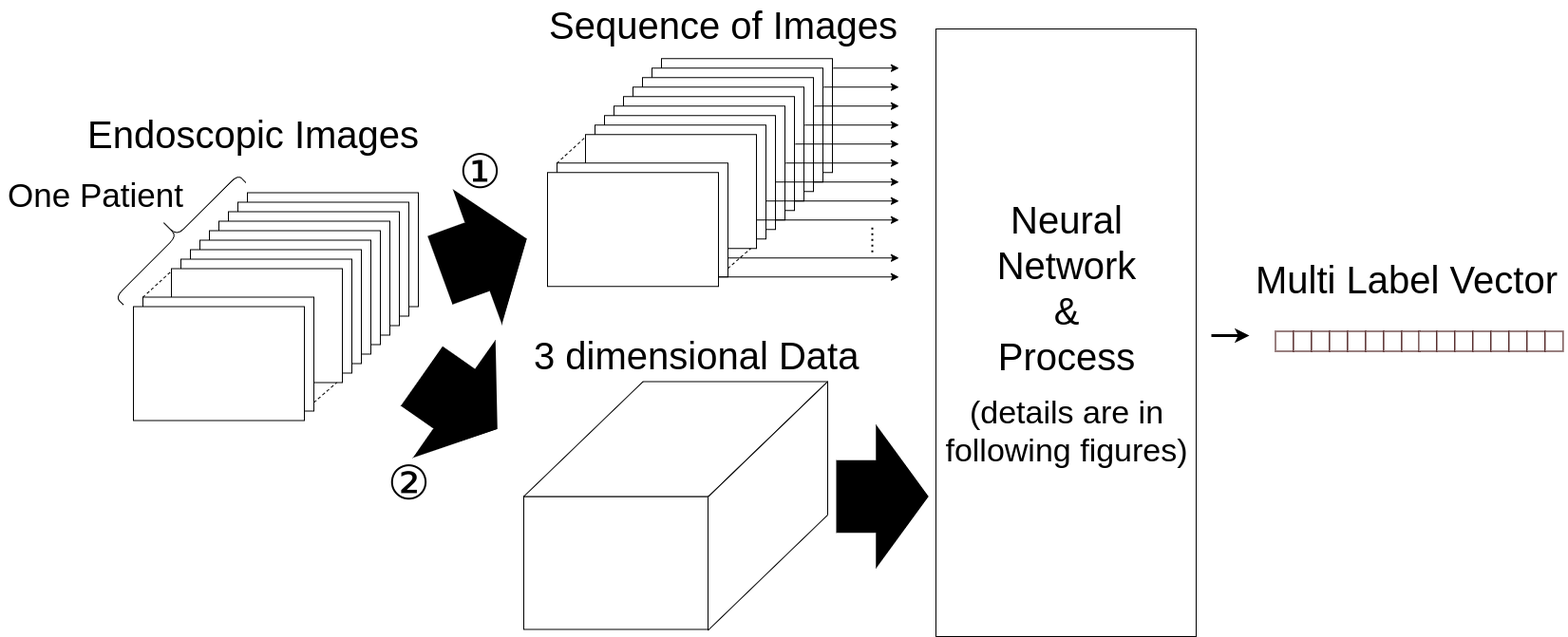
This is fig/ieice4.png from shinn1r0/endoscopic_images2karte, a draw.io export, as it was before one commit. Source tidied: cells renumbered, new cells last; positions are measured from the earlier drawing's top-left corner, leaving out a move shared by most shapes.
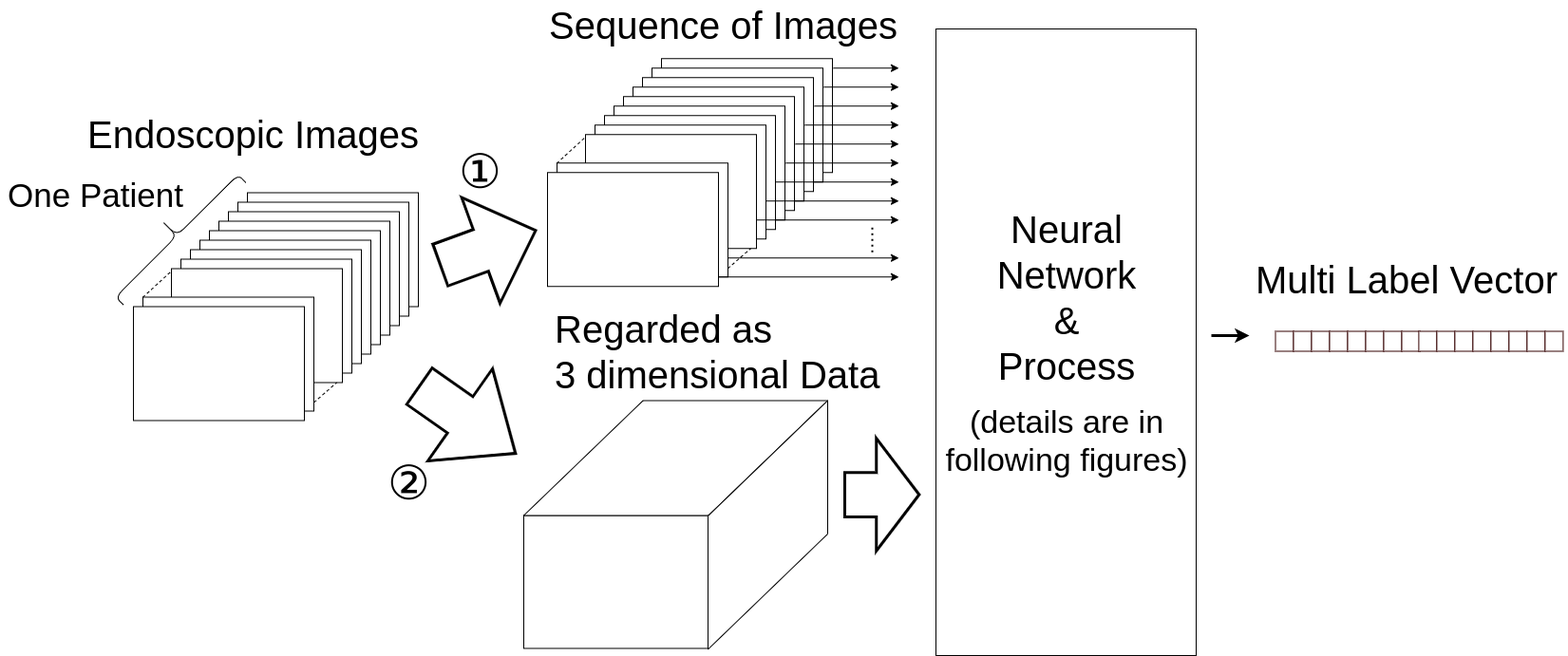
Above is the later version.

Change to the diagram source:
```diff
@@ -181,13 +181,13 @@
       </mxGeometry>
     </mxCell>
     <mxCell id="45" style="rounded=0;whiteSpace=wrap;html=1;" parent="1" vertex="1">
-      <mxGeometry x="551" y="522.5" width="195" height="140" as="geometry" />
+      <mxGeometry x="551" y="542.5" width="195" height="140" as="geometry" />
     </mxCell>
     <mxCell id="46" style="shape=parallelogram;perimeter=parallelogramPerimeter;whiteSpace=wrap;html=1;size=0.3924050632911392;" parent="1" vertex="1">
-      <mxGeometry x="551" y="401.5" width="320" height="121" as="geometry" />
+      <mxGeometry x="551" y="421.5" width="320" height="121" as="geometry" />
     </mxCell>
     <mxCell id="47" style="shape=parallelogram;perimeter=parallelogramPerimeter;whiteSpace=wrap;html=1;size=0.46387832699619774;rotation=-90;direction=west;flipH=1;" parent="1" vertex="1">
-      <mxGeometry x="677" y="469.5" width="262" height="126" as="geometry" />
+      <mxGeometry x="677" y="489.5" width="262" height="126" as="geometry" />
     </mxCell>
     <mxCell id="48" value="&lt;font style=&quot;font-size: 50px&quot;&gt;①&lt;/font&gt;" style="text;html=1;align=center;verticalAlign=middle;" parent="1" vertex="1">
       <mxGeometry x="475" y="165" width="60" height="30" as="geometry" />
@@ -196,13 +196,13 @@
       <mxGeometry x="400" y="492.5" width="60" height="30" as="geometry" />
     </mxCell>
     <mxCell id="50" value="&lt;font&gt;&lt;span style=&quot;font-size: 40px&quot;&gt;Neural&lt;/span&gt;&lt;br&gt;&lt;span style=&quot;font-size: 40px&quot;&gt;Network&lt;/span&gt;&lt;br&gt;&lt;span style=&quot;font-size: 40px&quot;&gt;&amp;amp;&lt;/span&gt;&lt;br&gt;&lt;span style=&quot;font-size: 40px&quot;&gt;Process&lt;/span&gt;&lt;br&gt;&lt;br&gt;&lt;font style=&quot;font-size: 34px&quot;&gt;(details are in following figures)&lt;/font&gt;&lt;br&gt;&lt;/font&gt;" style="rounded=0;whiteSpace=wrap;html=1;" parent="1" vertex="1">
-      <mxGeometry x="985" y="30" width="274" height="640" as="geometry" />
+      <mxGeometry x="985" y="30" width="274" height="660" as="geometry" />
     </mxCell>
     <mxCell id="51" value="&lt;font style=&quot;font-size: 40px&quot;&gt;Sequence of Images&lt;/font&gt;" style="text;html=1;align=left;verticalAlign=top;spacingTop=-4;" parent="1" vertex="1">
       <mxGeometry x="576" width="380" height="30" as="geometry" />
     </mxCell>
-    <mxCell id="52" value="&lt;font style=&quot;font-size: 40px&quot;&gt;3 dimensional Data&lt;/font&gt;" style="text;html=1;align=left;verticalAlign=top;spacingTop=-4;" parent="1" vertex="1">
-      <mxGeometry x="560" y="347.8" width="360" height="30" as="geometry" />
+    <mxCell id="52" value="&lt;font style=&quot;font-size: 40px&quot;&gt;Regarded as&lt;br&gt;3 dimensional Data&lt;/font&gt;" style="text;html=1;align=left;verticalAlign=top;spacingTop=-4;" parent="1" vertex="1">
+      <mxGeometry x="582" y="319.5" width="360" height="50" as="geometry" />
     </mxCell>
     <mxCell id="53" style="shape=curlyBracket;whiteSpace=wrap;html=1;rounded=1;rotation=45;size=0.6644542498246905;" parent="1" vertex="1">
       <mxGeometry x="164.1" y="152.7" width="35" height="182.3" as="geometry" />
@@ -210,15 +210,9 @@
     <mxCell id="54" value="&lt;font style=&quot;font-size: 35px&quot;&gt;One Patient&lt;/font&gt;" style="text;html=1;align=center;verticalAlign=middle;" parent="1" vertex="1">
       <mxGeometry y="190" width="200" height="30" as="geometry" />
     </mxCell>
-    <mxCell id="55" style="shape=singleArrow;whiteSpace=wrap;html=1;rotation=35;fillColor=#000000;arrowWidth=0.7781798483478497;arrowSize=0.34436181323131176;strokeWidth=30;" parent="1" vertex="1">
-      <mxGeometry x="450" y="392.5" width="63.7" height="60" as="geometry" />
+    <mxCell id="55" style="shape=singleArrow;whiteSpace=wrap;html=1;rotation=35;fillColor=#FFFFFF;arrowWidth=0.39465753068957077;arrowSize=0.575408321827065;strokeWidth=3;" parent="1" vertex="1">
+      <mxGeometry x="430" y="382.5" width="123.4" height="118.5" as="geometry" />
     </mxCell>
-    <mxCell id="56" style="shape=singleArrow;whiteSpace=wrap;html=1;rotation=-20;fillColor=#000000;arrowWidth=0.7781798483478497;arrowSize=0.34436181323131176;strokeWidth=30;" parent="1" vertex="1">
-      <mxGeometry x="475" y="238.2" width="63.7" height="60" as="geometry" />
-    </mxCell>
-    <mxCell id="57" style="shape=singleArrow;whiteSpace=wrap;html=1;rotation=0;fillColor=#000000;arrowWidth=0.7781798483478497;arrowSize=0.34436181323131176;strokeWidth=30;" parent="1" vertex="1">
-      <mxGeometry x="895" y="492.5" width="63.7" height="60" as="geometry" />
-    </mxCell>
     <mxCell id="58" style="rounded=0;whiteSpace=wrap;html=1;strokeColor=#330000;fillColor=#FFFFFF;" parent="1" vertex="1">
       <mxGeometry x="1342.5" y="348.5" width="19" height="21" as="geometry" />
     </mxCell>
@@ -267,5 +261,11 @@
     <mxCell id="73" style="rounded=0;whiteSpace=wrap;html=1;strokeColor=#330000;fillColor=#FFFFFF;" parent="1" vertex="1">
       <mxGeometry x="1626.4" y="348.5" width="19" height="21" as="geometry" />
     </mxCell>
+    <mxCell id="74" style="shape=singleArrow;whiteSpace=wrap;html=1;rotation=-20;fillColor=#FFFFFF;arrowWidth=0.39465753068957077;arrowSize=0.575408321827065;strokeWidth=3;" parent="1" vertex="1">
+      <mxGeometry x="460" y="201.2" width="106.7" height="118.5" as="geometry" />
+    </mxCell>
+    <mxCell id="75" style="shape=singleArrow;whiteSpace=wrap;html=1;rotation=0;fillColor=#FFFFFF;arrowWidth=0.39465753068957077;arrowSize=0.575408321827065;strokeWidth=3;" parent="1" vertex="1">
+      <mxGeometry x="889" y="461.3" width="78.4" height="118.5" as="geometry" />
+    </mxCell>
   </root>
 </mxGraphModel>
```
